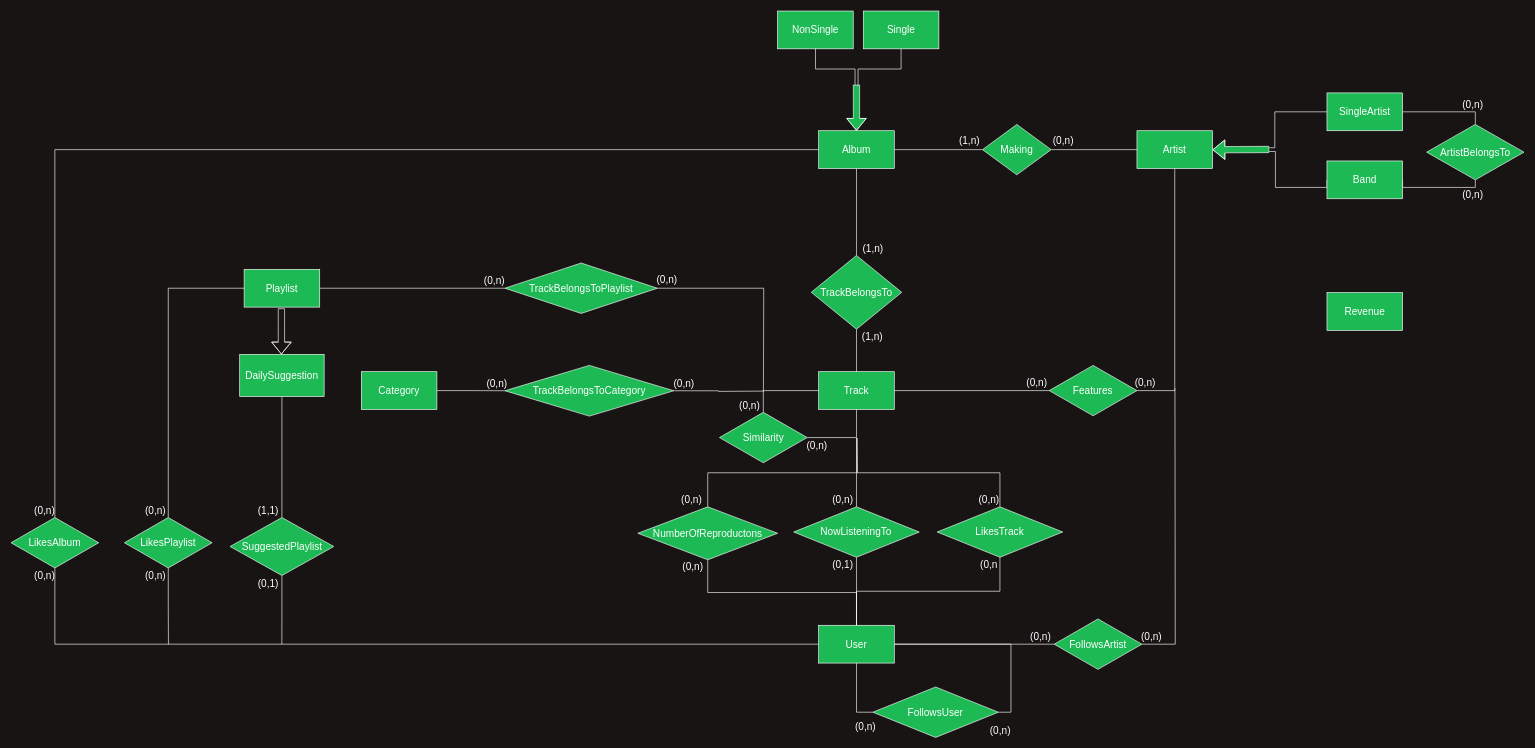
Above: Documentazione/ER.drawio in gabrycina/spotify-clone (draw.io), before the change. Source tidied: cells renumbered, new cells numbered last; positions are measured from the earlier drawing's top-left corner, leaving out a move shared by most shapes. Both pictures are drawn from the tidied source at 63%, with x=0, y=0 at pixel (11, 11).
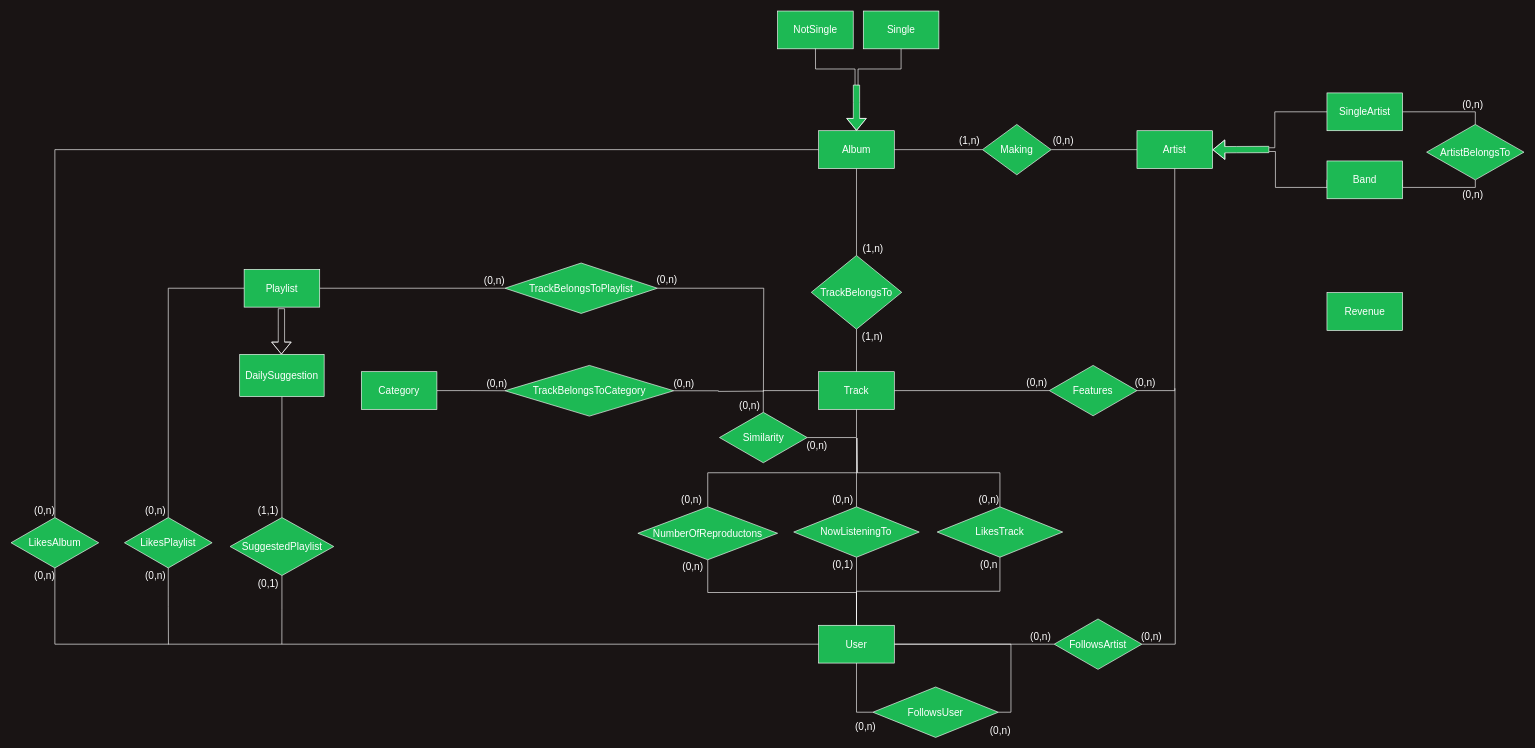
The same page after the edit.

Commit message:
NonSingle->NotSingle

What changed in the source:
```diff
@@
-    <mxCell id="4" value="&lt;font color=&quot;#ffffff&quot; style=&quot;font-size: 16px&quot;&gt;NonSingle&lt;/font&gt;" style="rounded=0;whiteSpace=wrap;html=1;shadow=0;strokeColor=#FFFFFF;fillColor=#1DB954;gradientColor=none;" parent="1" vertex="1">
+    <mxCell id="4" value="&lt;font color=&quot;#ffffff&quot; style=&quot;font-size: 16px&quot;&gt;NotSingle&lt;/font&gt;" style="rounded=0;whiteSpace=wrap;html=1;shadow=0;strokeColor=#FFFFFF;fillColor=#1DB954;gradientColor=none;" parent="1" vertex="1">
       <mxGeometry x="1216.8" width="120" height="60" as="geometry" />
     </mxCell>
```
